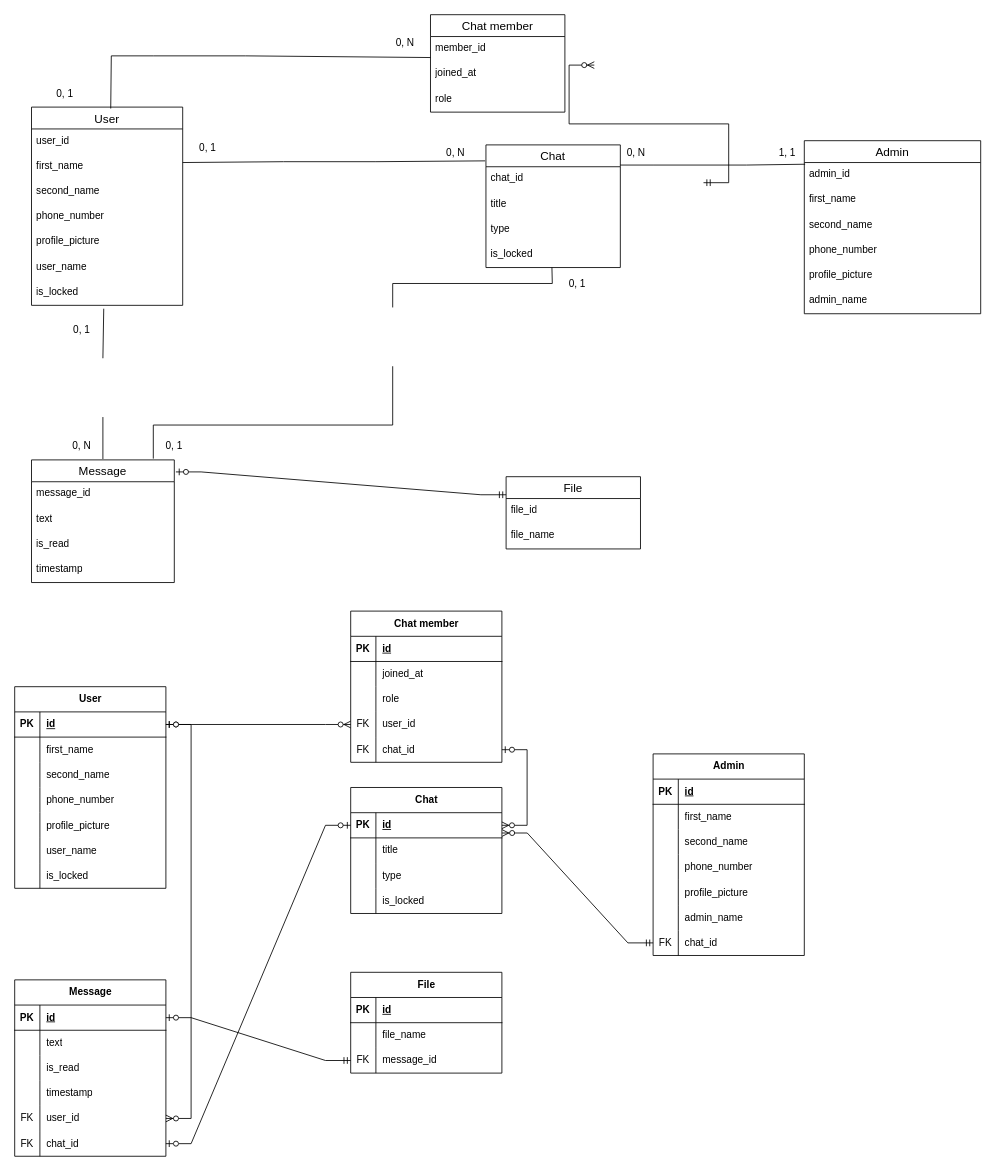
marsek4/database keeps this draw.io diagram as ERWin Logical.drawio. Above is the earlier version. Source tidied: cells renumbered, new cells numbered last; positions are measured from the earlier drawing's top-left corner, leaving out a move shared by most shapes. Both pictures are drawn from the tidied source at 84%, with x=0, y=0 at pixel (14, 14).
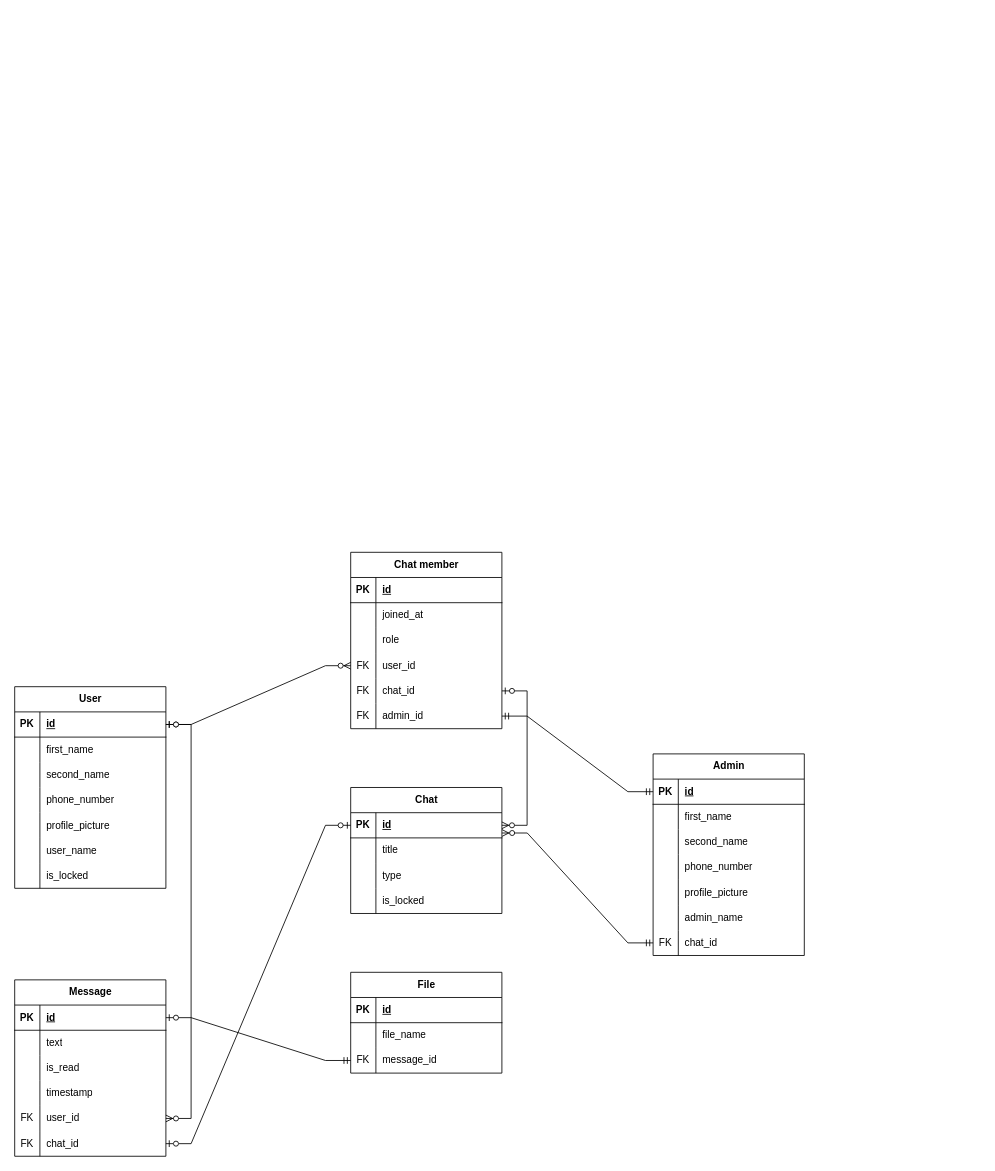
Above is the later version.

The change refers to these unchanged cells:
```xml
<mxCell id="145" style="shape=tableRow;horizontal=0;startSize=0;swimlaneHead=0;swimlaneBody=0;fillColor=none;points=[[0,0.5],[1,0.5]];portConstraint=eastwest;top=0;left=0;right=0;bottom=1;" parent="144" vertex="1">
  <mxGeometry y="30" width="180" height="30" as="geometry" />
</mxCell>
```

The edit, as a diff of the source:
```diff
@@
-    <mxCell id="2" value="Chat member" style="swimlane;fontStyle=0;horizontal=1;startSize=26;align=center;fontSize=14;" parent="1" vertex="1">
-      <mxGeometry x="495" width="160" height="116" as="geometry" />
-    </mxCell>
-    <mxCell id="3" value="member_id" style="text;strokeColor=none;fillColor=none;spacingLeft=4;spacingRight=4;overflow=hidden;fontSize=12;whiteSpace=wrap;html=1;" parent="2" vertex="1">
-      <mxGeometry y="26" width="160" height="30" as="geometry" />
-    </mxCell>
-    <mxCell id="4" value="joined_at" style="text;strokeColor=none;fillColor=none;spacingLeft=4;spacingRight=4;overflow=hidden;fontSize=12;whiteSpace=wrap;html=1;" parent="2" vertex="1">
-      <mxGeometry y="56" width="160" height="30" as="geometry" />
-    </mxCell>
-    <mxCell id="5" value="role" style="text;strokeColor=none;fillColor=none;spacingLeft=4;spacingRight=4;overflow=hidden;fontSize=12;whiteSpace=wrap;html=1;" parent="2" vertex="1">
-      <mxGeometry y="86" width="160" height="30" as="geometry" />
-    </mxCell>
-    <mxCell id="6" value="Chat" style="swimlane;fontStyle=0;horizontal=1;startSize=26;align=center;fontSize=14;" parent="1" vertex="1">
-      <mxGeometry x="561" y="155" width="160" height="146" as="geometry" />
-    </mxCell>
-    <mxCell id="7" value="chat_id" style="text;strokeColor=none;fillColor=none;spacingLeft=4;spacingRight=4;overflow=hidden;fontSize=12;whiteSpace=wrap;html=1;" parent="6" vertex="1">
-      <mxGeometry y="26" width="160" height="30" as="geometry" />
-    </mxCell>
-    <mxCell id="8" value="title" style="text;strokeColor=none;fillColor=none;spacingLeft=4;spacingRight=4;overflow=hidden;fontSize=12;whiteSpace=wrap;html=1;" parent="6" vertex="1">
-      <mxGeometry y="56" width="160" height="30" as="geometry" />
-    </mxCell>
-    <mxCell id="9" value="type" style="text;strokeColor=none;fillColor=none;spacingLeft=4;spacingRight=4;overflow=hidden;fontSize=12;whiteSpace=wrap;html=1;" parent="6" vertex="1">
-      <mxGeometry y="86" width="160" height="30" as="geometry" />
-    </mxCell>
-    <mxCell id="10" value="is_locked" style="text;strokeColor=none;fillColor=none;spacingLeft=4;spacingRight=4;overflow=hidden;points=[[0,0.5],[1,0.5]];portConstraint=eastwest;fontSize=12;whiteSpace=wrap;html=1;" parent="6" vertex="1">
-      <mxGeometry y="116" width="160" height="30" as="geometry" />
-    </mxCell>
-    <mxCell id="11" value="User" style="swimlane;fontStyle=0;horizontal=1;startSize=26;align=center;fontSize=14;" parent="1" vertex="1">
-      <mxGeometry x="20" y="110" width="180" height="236" as="geometry" />
-    </mxCell>
-    <mxCell id="12" value="user_id" style="text;strokeColor=none;fillColor=none;spacingLeft=4;spacingRight=4;overflow=hidden;fontSize=12;whiteSpace=wrap;html=1;" parent="11" vertex="1">
-      <mxGeometry y="26" width="180" height="30" as="geometry" />
-    </mxCell>
-    <mxCell id="13" value="first_name" style="text;strokeColor=none;fillColor=none;spacingLeft=4;spacingRight=4;overflow=hidden;fontSize=12;whiteSpace=wrap;html=1;" parent="11" vertex="1">
-      <mxGeometry y="56" width="180" height="30" as="geometry" />
-    </mxCell>
-    <mxCell id="14" value="second_name" style="text;strokeColor=none;fillColor=none;spacingLeft=4;spacingRight=4;overflow=hidden;fontSize=12;whiteSpace=wrap;html=1;" parent="11" vertex="1">
-      <mxGeometry y="86" width="180" height="30" as="geometry" />
-    </mxCell>
-    <mxCell id="15" value="phone_number" style="text;strokeColor=none;fillColor=none;spacingLeft=4;spacingRight=4;overflow=hidden;fontSize=12;whiteSpace=wrap;html=1;" parent="11" vertex="1">
-      <mxGeometry y="116" width="180" height="30" as="geometry" />
-    </mxCell>
-    <mxCell id="16" value="profile_picture" style="text;strokeColor=none;fillColor=none;spacingLeft=4;spacingRight=4;overflow=hidden;fontSize=12;whiteSpace=wrap;html=1;" parent="11" vertex="1">
-      <mxGeometry y="146" width="180" height="30" as="geometry" />
-    </mxCell>
-    <mxCell id="17" value="user_name" style="text;strokeColor=none;fillColor=none;spacingLeft=4;spacingRight=4;overflow=hidden;fontSize=12;whiteSpace=wrap;html=1;" parent="11" vertex="1">
-      <mxGeometry y="176" width="180" height="30" as="geometry" />
-    </mxCell>
-    <mxCell id="18" value="is_locked" style="text;strokeColor=none;fillColor=none;spacingLeft=4;spacingRight=4;overflow=hidden;fontSize=12;whiteSpace=wrap;html=1;" parent="11" vertex="1">
-      <mxGeometry y="206" width="180" height="30" as="geometry" />
-    </mxCell>
-    <mxCell id="19" value="Message" style="swimlane;fontStyle=0;horizontal=1;startSize=26;align=center;fontSize=14;" parent="1" vertex="1">
-      <mxGeometry x="20" y="530" width="170" height="146" as="geometry" />
-    </mxCell>
-    <mxCell id="20" value="message_id" style="text;strokeColor=none;fillColor=none;spacingLeft=4;spacingRight=4;overflow=hidden;fontSize=12;whiteSpace=wrap;html=1;" parent="19" vertex="1">
-      <mxGeometry y="26" width="170" height="30" as="geometry" />
-    </mxCell>
-    <mxCell id="21" value="text" style="text;strokeColor=none;fillColor=none;spacingLeft=4;spacingRight=4;overflow=hidden;fontSize=12;whiteSpace=wrap;html=1;" parent="19" vertex="1">
-      <mxGeometry y="56" width="170" height="30" as="geometry" />
-    </mxCell>
-    <mxCell id="22" value="is_read" style="text;strokeColor=none;fillColor=none;spacingLeft=4;spacingRight=4;overflow=hidden;fontSize=12;whiteSpace=wrap;html=1;" parent="19" vertex="1">
-      <mxGeometry y="86" width="170" height="30" as="geometry" />
-    </mxCell>
-    <mxCell id="23" value="timestamp" style="text;strokeColor=none;fillColor=none;spacingLeft=4;spacingRight=4;overflow=hidden;fontSize=12;whiteSpace=wrap;html=1;" parent="19" vertex="1">
-      <mxGeometry y="116" width="170" height="30" as="geometry" />
-    </mxCell>
-    <mxCell id="24" value="File" style="swimlane;fontStyle=0;horizontal=1;startSize=26;align=center;fontSize=14;" parent="1" vertex="1">
-      <mxGeometry x="585" y="550" width="160" height="86" as="geometry" />
-    </mxCell>
-    <mxCell id="25" value="file_id" style="text;strokeColor=none;fillColor=none;spacingLeft=4;spacingRight=4;overflow=hidden;fontSize=12;whiteSpace=wrap;html=1;" parent="24" vertex="1">
-      <mxGeometry y="26" width="160" height="30" as="geometry" />
-    </mxCell>
-    <mxCell id="26" value="file_name" style="text;strokeColor=none;fillColor=none;spacingLeft=4;spacingRight=4;overflow=hidden;fontSize=12;whiteSpace=wrap;html=1;" parent="24" vertex="1">
-      <mxGeometry y="56" width="160" height="30" as="geometry" />
-    </mxCell>
-    <mxCell id="27" value="Admin" style="swimlane;fontStyle=0;horizontal=1;startSize=26;align=center;fontSize=14;" parent="1" vertex="1">
-      <mxGeometry x="940" y="150" width="210" height="206" as="geometry" />
-    </mxCell>
-    <mxCell id="28" value="admin_id" style="text;strokeColor=none;fillColor=none;spacingLeft=4;spacingRight=4;overflow=hidden;fontSize=12;whiteSpace=wrap;html=1;" parent="27" vertex="1">
-      <mxGeometry y="26" width="210" height="30" as="geometry" />
-    </mxCell>
-    <mxCell id="29" value="first_name" style="text;strokeColor=none;fillColor=none;spacingLeft=4;spacingRight=4;overflow=hidden;fontSize=12;whiteSpace=wrap;html=1;" parent="27" vertex="1">
-      <mxGeometry y="56" width="210" height="30" as="geometry" />
-    </mxCell>
-    <mxCell id="30" value="second_name" style="text;strokeColor=none;fillColor=none;spacingLeft=4;spacingRight=4;overflow=hidden;fontSize=12;whiteSpace=wrap;html=1;" parent="27" vertex="1">
-      <mxGeometry y="86" width="210" height="30" as="geometry" />
-    </mxCell>
-    <mxCell id="31" value="phone_number" style="text;strokeColor=none;fillColor=none;spacingLeft=4;spacingRight=4;overflow=hidden;fontSize=12;whiteSpace=wrap;html=1;" parent="27" vertex="1">
-      <mxGeometry y="116" width="210" height="30" as="geometry" />
-    </mxCell>
-    <mxCell id="32" value="profile_picture" style="text;strokeColor=none;fillColor=none;spacingLeft=4;spacingRight=4;overflow=hidden;fontSize=12;whiteSpace=wrap;html=1;" parent="27" vertex="1">
-      <mxGeometry y="146" width="210" height="30" as="geometry" />
-    </mxCell>
-    <mxCell id="33" value="admin_name" style="text;strokeColor=none;fillColor=none;spacingLeft=4;spacingRight=4;overflow=hidden;fontSize=12;whiteSpace=wrap;html=1;" parent="27" vertex="1">
-      <mxGeometry y="176" width="210" height="30" as="geometry" />
-    </mxCell>
-    <mxCell id="34" style="endArrow=none;html=1;rounded=0;exitX=0.5;exitY=0;exitDx=0;exitDy=0;entryX=0.506;entryY=1.039;entryDx=0;entryDy=0;entryPerimeter=0;" parent="1" edge="1">
-      <mxGeometry relative="1" as="geometry">
-        <mxPoint x="105" y="409" as="sourcePoint" />
-        <mxPoint x="106" y="350" as="targetPoint" />
-      </mxGeometry>
-    </mxCell>
-    <mxCell id="35" style="endArrow=none;html=1;rounded=0;entryX=0.5;entryY=1;entryDx=0;entryDy=0;exitX=0.5;exitY=0;exitDx=0;exitDy=0;" parent="1" edge="1">
-      <mxGeometry relative="1" as="geometry">
-        <mxPoint x="105" y="529" as="sourcePoint" />
-        <mxPoint x="105" y="479" as="targetPoint" />
-      </mxGeometry>
-    </mxCell>
-    <mxCell id="36" value="0, N" style="text;html=1;align=center;verticalAlign=middle;whiteSpace=wrap;rounded=0;" parent="1" vertex="1">
-      <mxGeometry x="50" y="499" width="60" height="30" as="geometry" />
-    </mxCell>
-    <mxCell id="37" value="0, 1" style="text;html=1;align=center;verticalAlign=middle;whiteSpace=wrap;rounded=0;" parent="1" vertex="1">
-      <mxGeometry x="50" y="360" width="60" height="30" as="geometry" />
-    </mxCell>
-    <mxCell id="38" style="endArrow=none;html=1;rounded=0;exitX=0;exitY=0.5;exitDx=0;exitDy=0;entryX=1;entryY=0.5;entryDx=0;entryDy=0;" parent="1" edge="1">
-      <mxGeometry relative="1" as="geometry">
-        <mxPoint x="165" y="49" as="sourcePoint" />
-        <mxPoint x="275" y="49" as="targetPoint" />
-      </mxGeometry>
-    </mxCell>
-    <mxCell id="39" style="endArrow=none;html=1;rounded=0;entryX=0;entryY=0.25;entryDx=0;entryDy=0;exitX=1;exitY=0.5;exitDx=0;exitDy=0;" parent="1" edge="1">
-      <mxGeometry relative="1" as="geometry">
-        <mxPoint x="275" y="49" as="sourcePoint" />
-        <mxPoint x="495" y="51" as="targetPoint" />
-      </mxGeometry>
-    </mxCell>
-    <mxCell id="40" style="endArrow=none;html=1;rounded=0;entryX=0;entryY=0.5;entryDx=0;entryDy=0;exitX=0.524;exitY=0.007;exitDx=0;exitDy=0;exitPerimeter=0;" parent="1" edge="1" source="11">
-      <mxGeometry relative="1" as="geometry">
-        <mxPoint x="165" y="49" as="targetPoint" />
-        <Array as="points">
-          <mxPoint x="115" y="49" />
-        </Array>
-      </mxGeometry>
-    </mxCell>
-    <mxCell id="41" value="0, 1" style="text;html=1;align=center;verticalAlign=middle;whiteSpace=wrap;rounded=0;" parent="1" vertex="1">
-      <mxGeometry x="30" y="80" width="60" height="30" as="geometry" />
-    </mxCell>
-    <mxCell id="42" value="0, N" style="text;html=1;align=center;verticalAlign=middle;whiteSpace=wrap;rounded=0;" parent="1" vertex="1">
-      <mxGeometry x="435" y="19" width="60" height="30" as="geometry" />
-    </mxCell>
-    <mxCell id="43" style="endArrow=none;html=1;rounded=0;entryX=0.002;entryY=0.151;entryDx=0;entryDy=0;exitX=1;exitY=0.5;exitDx=0;exitDy=0;entryPerimeter=0;" parent="1" edge="1">
-      <mxGeometry relative="1" as="geometry">
-        <mxPoint x="430" y="175" as="sourcePoint" />
-        <mxPoint x="560" y="174" as="targetPoint" />
-      </mxGeometry>
-    </mxCell>
-    <mxCell id="44" style="endArrow=none;html=1;rounded=0;exitX=0;exitY=0.5;exitDx=0;exitDy=0;entryX=1;entryY=0.5;entryDx=0;entryDy=0;" parent="1" edge="1">
-      <mxGeometry relative="1" as="geometry">
-        <mxPoint x="320" y="175" as="sourcePoint" />
-        <mxPoint x="430" y="175" as="targetPoint" />
-      </mxGeometry>
-    </mxCell>
-    <mxCell id="45" style="endArrow=none;html=1;rounded=0;entryX=0;entryY=0.5;entryDx=0;entryDy=0;exitX=1;exitY=0.068;exitDx=0;exitDy=0;exitPerimeter=0;" parent="1" edge="1">
-      <mxGeometry relative="1" as="geometry">
-        <mxPoint x="200" y="176" as="sourcePoint" />
-        <mxPoint x="320" y="175" as="targetPoint" />
-      </mxGeometry>
-    </mxCell>
-    <mxCell id="46" value="0, 1" style="text;html=1;align=center;verticalAlign=middle;whiteSpace=wrap;rounded=0;" parent="1" vertex="1">
-      <mxGeometry x="200" y="144" width="60" height="30" as="geometry" />
-    </mxCell>
-    <mxCell id="47" value="0, N" style="text;html=1;align=center;verticalAlign=middle;whiteSpace=wrap;rounded=0;" parent="1" vertex="1">
-      <mxGeometry x="495" y="150" width="60" height="30" as="geometry" />
-    </mxCell>
-    <mxCell id="48" style="endArrow=none;html=1;rounded=0;entryX=0.5;entryY=1;entryDx=0;entryDy=0;exitX=0.75;exitY=0;exitDx=0;exitDy=0;" parent="1" edge="1">
-      <mxGeometry relative="1" as="geometry">
-        <mxPoint x="165" y="528.5" as="sourcePoint" />
-        <mxPoint x="450" y="418.5" as="targetPoint" />
-        <Array as="points">
-          <mxPoint x="165" y="488.5" />
-          <mxPoint x="450" y="488.5" />
-        </Array>
-      </mxGeometry>
-    </mxCell>
-    <mxCell id="49" value="0, 1" style="text;html=1;align=center;verticalAlign=middle;whiteSpace=wrap;rounded=0;" parent="1" vertex="1">
-      <mxGeometry x="640" y="310" width="60" height="21.5" as="geometry" />
-    </mxCell>
-    <mxCell id="50" value="0, 1" style="text;html=1;align=center;verticalAlign=middle;whiteSpace=wrap;rounded=0;" parent="1" vertex="1">
-      <mxGeometry x="160" y="499" width="60" height="30" as="geometry" />
-    </mxCell>
-    <mxCell id="51" style="endArrow=none;html=1;rounded=0;exitX=1;exitY=0.5;exitDx=0;exitDy=0;" parent="1" edge="1">
-      <mxGeometry relative="1" as="geometry">
-        <mxPoint x="871" y="179" as="sourcePoint" />
-        <mxPoint x="941" y="178" as="targetPoint" />
-      </mxGeometry>
-    </mxCell>
-    <mxCell id="52" style="endArrow=none;html=1;rounded=0;exitX=0;exitY=0.5;exitDx=0;exitDy=0;entryX=1;entryY=0.5;entryDx=0;entryDy=0;" parent="1" edge="1">
-      <mxGeometry relative="1" as="geometry">
-        <mxPoint x="761" y="179" as="sourcePoint" />
-        <mxPoint x="871" y="179" as="targetPoint" />
-      </mxGeometry>
-    </mxCell>
-    <mxCell id="53" style="endArrow=none;html=1;rounded=0;entryX=0;entryY=0.5;entryDx=0;entryDy=0;" parent="1" edge="1">
-      <mxGeometry relative="1" as="geometry">
-        <mxPoint x="721" y="179" as="sourcePoint" />
-        <mxPoint x="761" y="179" as="targetPoint" />
-      </mxGeometry>
-    </mxCell>
-    <mxCell id="54" value="1, 1" style="text;html=1;align=center;verticalAlign=middle;whiteSpace=wrap;rounded=0;" parent="1" vertex="1">
-      <mxGeometry x="890" y="150" width="60" height="30" as="geometry" />
-    </mxCell>
-    <mxCell id="55" value="0, N" style="text;html=1;align=center;verticalAlign=middle;whiteSpace=wrap;rounded=0;" parent="1" vertex="1">
-      <mxGeometry x="710" y="150" width="60" height="30" as="geometry" />
-    </mxCell>
-    <mxCell id="56" style="endArrow=none;html=1;rounded=0;exitX=0.5;exitY=0;exitDx=0;exitDy=0;entryX=0.491;entryY=0.996;entryDx=0;entryDy=0;entryPerimeter=0;" parent="1" edge="1" target="10">
-      <mxGeometry relative="1" as="geometry">
-        <mxPoint x="450" y="348.5" as="sourcePoint" />
-        <Array as="points">
-          <mxPoint x="450" y="320" />
-          <mxPoint x="640" y="320" />
-        </Array>
-      </mxGeometry>
-    </mxCell>
-    <mxCell id="57" style="edgeStyle=entityRelationEdgeStyle;fontSize=12;html=1;endArrow=ERzeroToOne;startArrow=ERmandOne;rounded=0;entryX=1.011;entryY=0.098;entryDx=0;entryDy=0;entryPerimeter=0;exitX=0;exitY=0.25;exitDx=0;exitDy=0;" parent="1" edge="1" source="24" target="19">
-      <mxGeometry relative="1" as="geometry" />
-    </mxCell>
-    <mxCell id="58" style="edgeStyle=entityRelationEdgeStyle;fontSize=12;html=1;endArrow=ERzeroToMany;startArrow=ERmandOne;rounded=0;" parent="1" edge="1">
-      <mxGeometry relative="1" as="geometry">
-        <mxPoint x="820" y="200" as="sourcePoint" />
-        <mxPoint x="690" y="60" as="targetPoint" />
-      </mxGeometry>
-    </mxCell>
@@
     <mxCell id="81" value="Chat member" style="shape=table;startSize=30;childLayout=tableLayout;rowLines=0;fontStyle=1;align=center;html=1;" parent="1" vertex="1">
-      <mxGeometry x="400" y="710" width="180" height="180" as="geometry" />
+      <mxGeometry x="400" y="640" width="180" height="210" as="geometry" />
     </mxCell>
@@
+    <mxCell id="167" style="shape=tableRow;horizontal=0;startSize=0;swimlaneHead=0;swimlaneBody=0;fillColor=none;points=[[0,0.5],[1,0.5]];portConstraint=eastwest;top=0;left=0;right=0;bottom=0;" parent="81" vertex="1">
+      <mxGeometry y="180" width="180" height="30" as="geometry" />
+    </mxCell>
+    <mxCell id="168" value="FK" style="shape=partialRectangle;fillColor=none;top=0;left=0;bottom=0;right=0;fontStyle=0;overflow=hidden;whiteSpace=wrap;html=1;" parent="167" vertex="1">
+      <mxGeometry width="30" height="30" as="geometry" />
+    </mxCell>
+    <mxCell id="28" value="admin_id" style="shape=partialRectangle;fillColor=none;top=0;left=0;bottom=0;right=0;align=left;spacingLeft=6;fontStyle=0;overflow=hidden;whiteSpace=wrap;html=1;" parent="167" vertex="1">
+      <mxGeometry x="30" width="150" height="30" as="geometry" />
+    </mxCell>
@@
+    <mxCell id="169" style="edgeStyle=entityRelationEdgeStyle;fontSize=12;html=1;endArrow=ERmandOne;startArrow=ERmandOne;rounded=0;exitX=1;exitY=0.5;exitDx=0;exitDy=0;entryX=0;entryY=0.5;entryDx=0;entryDy=0;" parent="1" edge="1" source="167" target="145">
+      <mxGeometry relative="1" as="geometry" />
+    </mxCell>
```
